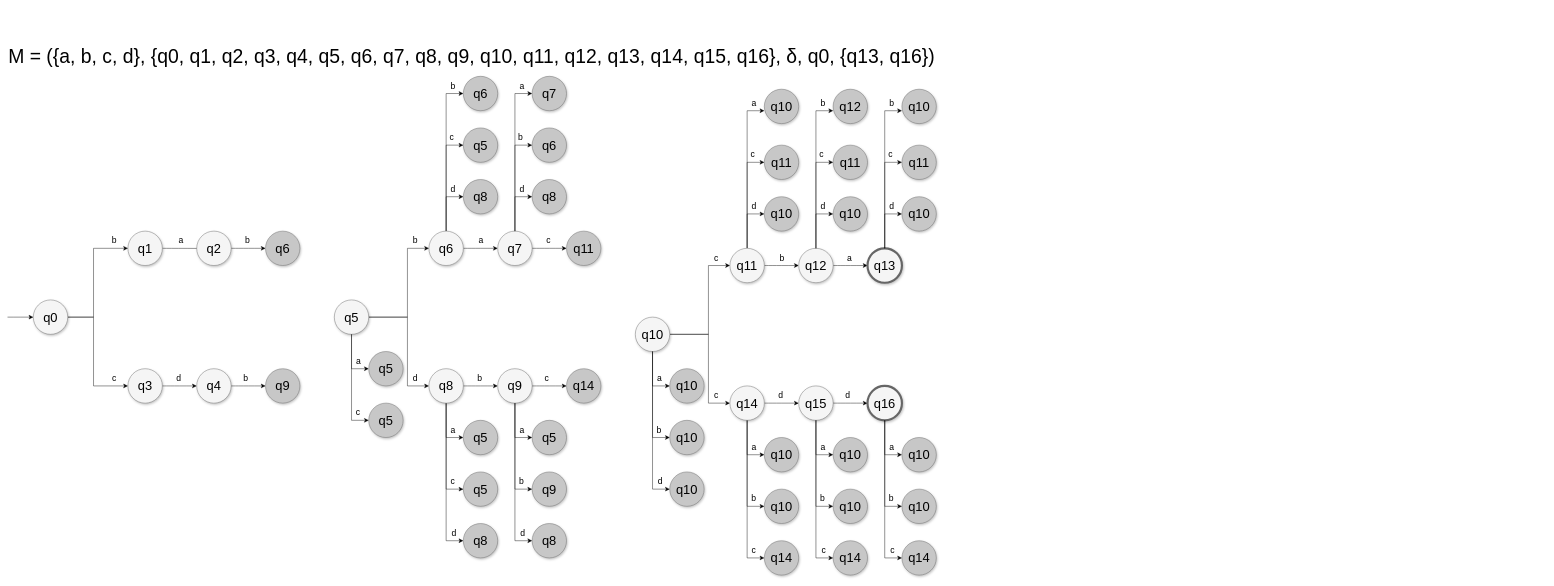
The draw.io diagram grafos.drawio in gabrielbentog/graphs, before the edit. Source tidied: cells renumbered, new cells numbered last; positions are measured from the earlier drawing's top-left corner, leaving out a move shared by most shapes. Both pictures are drawn from the tidied source at 43%, with x=0, y=0 at pixel (7, 42).
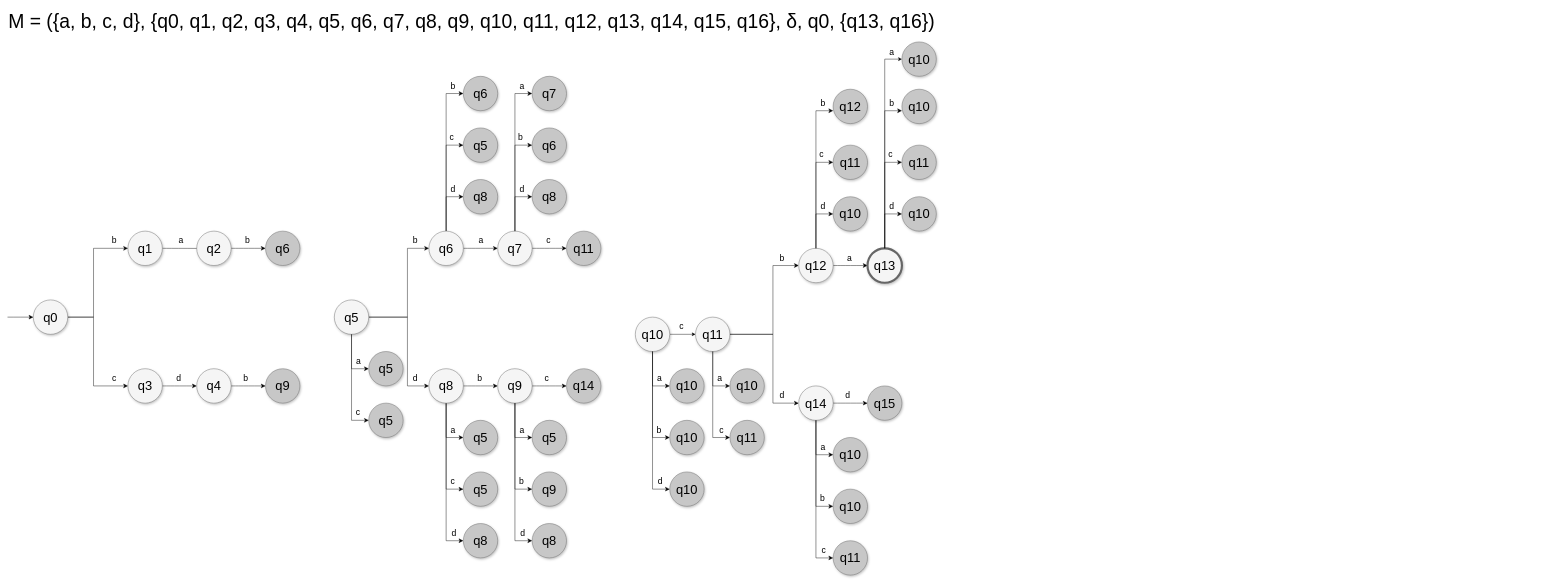
After the change.

Unchanged cells that the change refers to:
```xml
<mxCell id="93" value="q10" style="ellipse;whiteSpace=wrap;html=1;rounded=0;shadow=1;strokeColor=#666666;strokeWidth=1;fontSize=30;align=center;fillColor=#f5f5f5;" parent="1" vertex="1">
  <mxGeometry x="1460" y="640" width="80" height="80" as="geometry" />
</mxCell>
<mxCell id="103" value="q12" style="ellipse;whiteSpace=wrap;html=1;rounded=0;shadow=1;strokeColor=#666666;strokeWidth=1;fontSize=30;align=center;fillColor=#f5f5f5;" parent="1" vertex="1">
  <mxGeometry x="1840" y="480" width="80" height="80" as="geometry" />
</mxCell>
<mxCell id="104" value="q13" style="ellipse;whiteSpace=wrap;html=1;rounded=0;shadow=1;strokeColor=#666666;strokeWidth=5;fontSize=30;align=center;fillColor=#f5f5f5;" parent="1" vertex="1">
  <mxGeometry x="2000" y="480" width="80" height="80" as="geometry" />
</mxCell>
```

The edit, as a diff of the source:
```diff
@@
-    <mxCell id="77" value="q10" style="ellipse;whiteSpace=wrap;html=1;rounded=0;shadow=1;strokeColor=#666666;strokeWidth=1;fontSize=30;align=center;fillColor=#C7C7C7;" parent="1" vertex="1">
-      <mxGeometry x="1760" y="360" width="80" height="80" as="geometry" />
-    </mxCell>
-    <mxCell id="78" value="q11" style="ellipse;whiteSpace=wrap;html=1;rounded=0;shadow=1;strokeColor=#666666;strokeWidth=1;fontSize=30;align=center;fillColor=#C7C7C7;" parent="1" vertex="1">
-      <mxGeometry x="1760" y="240" width="80" height="80" as="geometry" />
-    </mxCell>
-    <mxCell id="79" value="q10" style="ellipse;whiteSpace=wrap;html=1;rounded=0;shadow=1;strokeColor=#666666;strokeWidth=1;fontSize=30;align=center;fillColor=#C7C7C7;" parent="1" vertex="1">
-      <mxGeometry x="1760" y="110" width="80" height="80" as="geometry" />
-    </mxCell>
-    <mxCell id="80" style="edgeStyle=none;curved=1;rounded=0;jettySize=auto;html=1;exitX=1;exitY=0.5;exitDx=0;exitDy=0;fontSize=12;startSize=8;endSize=8;entryX=0;entryY=0.5;entryDx=0;entryDy=0;" parent="1" edge="1" source="88" target="103">
-      <mxGeometry relative="1" as="geometry" />
-    </mxCell>
-    <mxCell id="81" value="&lt;font style=&quot;font-size: 20px;&quot;&gt;b&lt;/font&gt;" style="edgeLabel;html=1;align=center;verticalAlign=middle;fontSize=12;" parent="80" vertex="1">
-      <mxGeometry x="-0.48" y="3" relative="1" as="geometry">
-        <mxPoint x="19" y="-17" as="offset" />
-      </mxGeometry>
-    </mxCell>
-    <mxCell id="82" style="edgeStyle=none;curved=0;rounded=0;jettySize=auto;html=1;exitX=0.5;exitY=0;exitDx=0;exitDy=0;entryX=0;entryY=0.5;entryDx=0;entryDy=0;fontSize=12;startSize=8;endSize=8;" parent="1" edge="1" source="88">
-      <mxGeometry relative="1" as="geometry">
-        <mxPoint x="1760" y="160" as="targetPoint" />
-        <Array as="points">
-          <mxPoint x="1720" y="160" />
-        </Array>
-      </mxGeometry>
-    </mxCell>
-    <mxCell id="83" value="&lt;font style=&quot;font-size: 20px;&quot;&gt;a&lt;/font&gt;" style="edgeLabel;html=1;align=center;verticalAlign=middle;fontSize=12;" parent="82" vertex="1">
-      <mxGeometry x="0.86" relative="1" as="geometry">
-        <mxPoint y="-20" as="offset" />
-      </mxGeometry>
-    </mxCell>
-    <mxCell id="84" style="edgeStyle=none;curved=0;rounded=0;jettySize=auto;html=1;exitX=0.5;exitY=0;exitDx=0;exitDy=0;entryX=0;entryY=0.5;entryDx=0;entryDy=0;fontSize=12;startSize=8;endSize=8;" parent="1" edge="1" source="88" target="78">
-      <mxGeometry relative="1" as="geometry">
-        <Array as="points">
-          <mxPoint x="1720" y="280" />
-        </Array>
-      </mxGeometry>
-    </mxCell>
-    <mxCell id="85" value="&lt;span style=&quot;font-size: 20px;&quot;&gt;c&lt;/span&gt;" style="edgeLabel;html=1;align=center;verticalAlign=middle;fontSize=12;" parent="84" vertex="1">
-      <mxGeometry x="0.77" y="2" relative="1" as="geometry">
-        <mxPoint y="-18" as="offset" />
-      </mxGeometry>
-    </mxCell>
-    <mxCell id="86" style="edgeStyle=none;curved=0;rounded=0;jettySize=auto;html=1;exitX=0.5;exitY=0;exitDx=0;exitDy=0;entryX=0;entryY=0.5;entryDx=0;entryDy=0;fontSize=12;startSize=8;endSize=8;" parent="1" edge="1" source="88" target="77">
-      <mxGeometry relative="1" as="geometry">
-        <Array as="points">
-          <mxPoint x="1720" y="400" />
-        </Array>
-      </mxGeometry>
-    </mxCell>
-    <mxCell id="87" value="&lt;font style=&quot;font-size: 20px;&quot;&gt;d&lt;/font&gt;" style="edgeLabel;html=1;align=center;verticalAlign=middle;fontSize=12;" parent="86" vertex="1">
-      <mxGeometry x="0.58" y="1" relative="1" as="geometry">
-        <mxPoint y="-19" as="offset" />
-      </mxGeometry>
-    </mxCell>
     <mxCell id="88" value="q11" style="ellipse;whiteSpace=wrap;html=1;rounded=0;shadow=1;strokeColor=#666666;strokeWidth=1;fontSize=30;align=center;fillColor=#f5f5f5;" parent="1" vertex="1">
-      <mxGeometry x="1680" y="480" width="80" height="80" as="geometry" />
+      <mxGeometry x="1600" y="640" width="80" height="80" as="geometry" />
     </mxCell>
-    <mxCell id="89" style="edgeStyle=none;curved=0;rounded=0;jettySize=auto;html=1;entryX=0;entryY=0.5;entryDx=0;entryDy=0;fontSize=12;startSize=8;endSize=8;" parent="1" edge="1" source="93" target="88">
+    <mxCell id="89" style="edgeStyle=none;curved=0;rounded=0;jettySize=auto;html=1;entryX=0;entryY=0.5;entryDx=0;entryDy=0;fontSize=12;startSize=8;endSize=8;" parent="1" edge="1" target="103">
       <mxGeometry relative="1" as="geometry">
+        <mxPoint x="1680" y="680" as="sourcePoint" />
         <Array as="points">
-          <mxPoint x="1630" y="680" />
-          <mxPoint x="1630" y="520" />
+          <mxPoint x="1780" y="680" />
+          <mxPoint x="1780" y="520" />
         </Array>
       </mxGeometry>
     </mxCell>
-    <mxCell id="90" value="&lt;font style=&quot;font-size: 20px;&quot;&gt;c&lt;/font&gt;" style="edgeLabel;html=1;align=center;verticalAlign=middle;fontSize=12;" parent="89" vertex="1">
+    <mxCell id="90" value="&lt;font style=&quot;font-size: 20px;&quot;&gt;b&lt;/font&gt;" style="edgeLabel;html=1;align=center;verticalAlign=middle;fontSize=12;" parent="89" vertex="1">
       <mxGeometry x="0.78" y="2" relative="1" as="geometry">
-        <mxPoint y="-18" as="offset" />
+        <mxPoint x="-5" y="-18" as="offset" />
       </mxGeometry>
     </mxCell>
-    <mxCell id="91" style="edgeStyle=none;curved=0;rounded=0;jettySize=auto;html=1;exitX=1;exitY=0.5;exitDx=0;exitDy=0;entryX=0;entryY=0.5;entryDx=0;entryDy=0;fontSize=12;startSize=8;endSize=8;" parent="1" edge="1" source="93" target="100">
+    <mxCell id="91" style="edgeStyle=none;curved=0;rounded=0;jettySize=auto;html=1;exitX=1;exitY=0.5;exitDx=0;exitDy=0;entryX=0;entryY=0.5;entryDx=0;entryDy=0;fontSize=12;startSize=8;endSize=8;" parent="1" edge="1" target="107">
       <mxGeometry relative="1" as="geometry">
+        <mxPoint x="1680" y="680" as="sourcePoint" />
         <Array as="points">
-          <mxPoint x="1630" y="680" />
-          <mxPoint x="1630" y="840" />
+          <mxPoint x="1780" y="680" />
+          <mxPoint x="1780" y="840" />
         </Array>
       </mxGeometry>
     </mxCell>
-    <mxCell id="92" value="&lt;span style=&quot;font-size: 20px;&quot;&gt;c&lt;/span&gt;" style="edgeLabel;html=1;align=center;verticalAlign=middle;fontSize=12;" parent="91" vertex="1">
+    <mxCell id="92" value="&lt;span style=&quot;font-size: 20px;&quot;&gt;d&lt;/span&gt;" style="edgeLabel;html=1;align=center;verticalAlign=middle;fontSize=12;" parent="91" vertex="1">
       <mxGeometry x="0.78" relative="1" as="geometry">
-        <mxPoint y="-20" as="offset" />
+        <mxPoint x="-5" y="-20" as="offset" />
       </mxGeometry>
     </mxCell>
+    <mxCell id="166" style="edgeStyle=orthogonalEdgeStyle;rounded=0;jettySize=auto;html=1;" parent="1" edge="1" source="93" target="88">
+      <mxGeometry relative="1" as="geometry" />
+    </mxCell>
@@
-    <mxCell id="94" style="edgeStyle=none;curved=1;rounded=0;jettySize=auto;html=1;fontSize=12;startSize=8;endSize=8;" parent="1" edge="1" source="100" target="107">
-      <mxGeometry relative="1" as="geometry" />
-    </mxCell>
-    <mxCell id="95" value="&lt;font style=&quot;font-size: 20px;&quot;&gt;d&lt;/font&gt;" style="edgeLabel;html=1;align=center;verticalAlign=middle;fontSize=12;" parent="94" vertex="1">
-      <mxGeometry x="-0.08" y="2" relative="1" as="geometry">
-        <mxPoint y="-18" as="offset" />
-      </mxGeometry>
-    </mxCell>
-    <mxCell id="96" style="edgeStyle=none;curved=0;rounded=0;jettySize=auto;html=1;exitX=0.5;exitY=1;exitDx=0;exitDy=0;entryX=0;entryY=0.5;entryDx=0;entryDy=0;fontSize=12;startSize=8;endSize=8;" parent="1" edge="1" source="100" target="112">
-      <mxGeometry relative="1" as="geometry">
-        <Array as="points">
-          <mxPoint x="1720" y="1200" />
-        </Array>
-      </mxGeometry>
-    </mxCell>
-    <mxCell id="97" value="&lt;font style=&quot;font-size: 20px;&quot;&gt;c&amp;nbsp;&lt;/font&gt;" style="edgeLabel;html=1;align=center;verticalAlign=middle;fontSize=12;" parent="96" vertex="1">
-      <mxGeometry x="0.87" y="1" relative="1" as="geometry">
-        <mxPoint y="-19" as="offset" />
-      </mxGeometry>
-    </mxCell>
-    <mxCell id="98" style="edgeStyle=none;curved=0;rounded=0;jettySize=auto;html=1;exitX=0.5;exitY=1;exitDx=0;exitDy=0;entryX=0;entryY=0.5;entryDx=0;entryDy=0;fontSize=12;startSize=8;endSize=8;" parent="1" edge="1" source="100" target="114">
-      <mxGeometry relative="1" as="geometry">
-        <Array as="points">
-          <mxPoint x="1720" y="960" />
-        </Array>
-      </mxGeometry>
-    </mxCell>
-    <mxCell id="99" value="&lt;font style=&quot;font-size: 20px;&quot;&gt;a&lt;/font&gt;" style="edgeLabel;html=1;align=center;verticalAlign=middle;fontSize=12;" parent="98" vertex="1">
-      <mxGeometry x="0.59" y="4" relative="1" as="geometry">
-        <mxPoint y="-16" as="offset" />
-      </mxGeometry>
-    </mxCell>
-    <mxCell id="100" value="q14" style="ellipse;whiteSpace=wrap;html=1;rounded=0;shadow=1;strokeColor=#666666;strokeWidth=1;fontSize=30;align=center;fillColor=#f5f5f5;" parent="1" vertex="1">
-      <mxGeometry x="1680" y="800" width="80" height="80" as="geometry" />
-    </mxCell>
@@
+    <mxCell id="167" style="edgeStyle=orthogonalEdgeStyle;rounded=0;jettySize=auto;html=1;entryX=0;entryY=0.5;entryDx=0;entryDy=0;" parent="1" edge="1" source="104" target="174">
+      <mxGeometry relative="1" as="geometry" />
+    </mxCell>
@@
-    <mxCell id="107" value="q15" style="ellipse;whiteSpace=wrap;html=1;rounded=0;shadow=1;strokeColor=#666666;strokeWidth=1;fontSize=30;align=center;fillColor=#f5f5f5;" parent="1" vertex="1">
+    <mxCell id="107" value="q14" style="ellipse;whiteSpace=wrap;html=1;rounded=0;shadow=1;strokeColor=#666666;strokeWidth=1;fontSize=30;align=center;fillColor=#f5f5f5;" parent="1" vertex="1">
       <mxGeometry x="1840" y="800" width="80" height="80" as="geometry" />
     </mxCell>
-    <mxCell id="108" value="q16" style="ellipse;whiteSpace=wrap;html=1;rounded=0;shadow=1;strokeColor=#666666;strokeWidth=5;fontSize=30;align=center;fillColor=#f5f5f5;" parent="1" vertex="1">
+    <mxCell id="108" value="q15" style="ellipse;whiteSpace=wrap;html=1;rounded=0;shadow=1;strokeColor=#666666;strokeWidth=1;fontSize=30;align=center;fillColor=#C7C7C7;" parent="1" vertex="1">
       <mxGeometry x="2000" y="800" width="80" height="80" as="geometry" />
     </mxCell>
@@
-    <mxCell id="112" value="q14" style="ellipse;whiteSpace=wrap;html=1;rounded=0;shadow=1;strokeColor=#666666;strokeWidth=1;fontSize=30;align=center;fillColor=#C7C7C7;" parent="1" vertex="1">
-      <mxGeometry x="1760" y="1160" width="80" height="80" as="geometry" />
-    </mxCell>
-    <mxCell id="113" value="q10" style="ellipse;whiteSpace=wrap;html=1;rounded=0;shadow=1;strokeColor=#666666;strokeWidth=1;fontSize=30;align=center;fillColor=#C7C7C7;" parent="1" vertex="1">
-      <mxGeometry x="1760" y="1040" width="80" height="80" as="geometry" />
-    </mxCell>
-    <mxCell id="114" value="q10" style="ellipse;whiteSpace=wrap;html=1;rounded=0;shadow=1;strokeColor=#666666;strokeWidth=1;fontSize=30;align=center;fillColor=#C7C7C7;" parent="1" vertex="1">
-      <mxGeometry x="1760" y="920" width="80" height="80" as="geometry" />
-    </mxCell>
-    <mxCell id="115" value="q14" style="ellipse;whiteSpace=wrap;html=1;rounded=0;shadow=1;strokeColor=#666666;strokeWidth=1;fontSize=30;align=center;fillColor=#C7C7C7;" parent="1" vertex="1">
+    <mxCell id="115" value="q11" style="ellipse;whiteSpace=wrap;html=1;rounded=0;shadow=1;strokeColor=#666666;strokeWidth=1;fontSize=30;align=center;fillColor=#C7C7C7;" parent="1" vertex="1">
       <mxGeometry x="1920" y="1160" width="80" height="80" as="geometry" />
     </mxCell>
@@
-    <mxCell id="124" style="edgeStyle=none;curved=0;rounded=0;jettySize=auto;html=1;exitX=0.5;exitY=1;exitDx=0;exitDy=0;entryX=0;entryY=0.5;entryDx=0;entryDy=0;fontSize=12;startSize=8;endSize=8;" parent="1" edge="1" source="100" target="113">
-      <mxGeometry relative="1" as="geometry">
-        <Array as="points">
-          <mxPoint x="1720" y="1080" />
-        </Array>
-      </mxGeometry>
-    </mxCell>
-    <mxCell id="125" value="&lt;span style=&quot;font-size: 20px;&quot;&gt;b&lt;/span&gt;" style="edgeLabel;html=1;align=center;verticalAlign=middle;fontSize=12;" parent="124" vertex="1">
-      <mxGeometry x="0.78" y="1" relative="1" as="geometry">
-        <mxPoint y="-19" as="offset" />
-      </mxGeometry>
-    </mxCell>
@@
-    <mxCell id="141" value="q14" style="ellipse;whiteSpace=wrap;html=1;rounded=0;shadow=1;strokeColor=#666666;strokeWidth=1;fontSize=30;align=center;fillColor=#C7C7C7;" parent="1" vertex="1">
-      <mxGeometry x="2080" y="1160" width="80" height="80" as="geometry" />
-    </mxCell>
-    <mxCell id="142" value="q10" style="ellipse;whiteSpace=wrap;html=1;rounded=0;shadow=1;strokeColor=#666666;strokeWidth=1;fontSize=30;align=center;fillColor=#C7C7C7;" parent="1" vertex="1">
-      <mxGeometry x="2080" y="1040" width="80" height="80" as="geometry" />
-    </mxCell>
-    <mxCell id="143" value="q10" style="ellipse;whiteSpace=wrap;html=1;rounded=0;shadow=1;strokeColor=#666666;strokeWidth=1;fontSize=30;align=center;fillColor=#C7C7C7;" parent="1" vertex="1">
-      <mxGeometry x="2080" y="920" width="80" height="80" as="geometry" />
-    </mxCell>
-    <mxCell id="144" style="edgeStyle=none;curved=0;rounded=0;orthogonalLoop=1;jettySize=auto;html=1;exitX=0.5;exitY=1;exitDx=0;exitDy=0;entryX=0;entryY=0.5;entryDx=0;entryDy=0;fontSize=12;startSize=8;endSize=8;" parent="1" edge="1">
-      <mxGeometry relative="1" as="geometry">
-        <mxPoint x="2040" y="880" as="sourcePoint" />
-        <mxPoint x="2080" y="1200" as="targetPoint" />
-        <Array as="points">
-          <mxPoint x="2040" y="1200" />
-        </Array>
-      </mxGeometry>
-    </mxCell>
-    <mxCell id="145" value="&lt;font style=&quot;font-size: 20px;&quot;&gt;c&lt;/font&gt;" style="edgeLabel;html=1;align=center;verticalAlign=middle;fontSize=12;" parent="144" vertex="1">
-      <mxGeometry x="0.87" y="1" relative="1" as="geometry">
-        <mxPoint y="-19" as="offset" />
-      </mxGeometry>
-    </mxCell>
-    <mxCell id="146" style="edgeStyle=none;curved=0;rounded=0;orthogonalLoop=1;jettySize=auto;html=1;exitX=0.5;exitY=1;exitDx=0;exitDy=0;entryX=0;entryY=0.5;entryDx=0;entryDy=0;fontSize=12;startSize=8;endSize=8;" parent="1" edge="1">
-      <mxGeometry relative="1" as="geometry">
-        <mxPoint x="2040" y="880" as="sourcePoint" />
-        <mxPoint x="2080" y="960" as="targetPoint" />
-        <Array as="points">
-          <mxPoint x="2040" y="960" />
-        </Array>
-      </mxGeometry>
-    </mxCell>
-    <mxCell id="147" value="&lt;font style=&quot;font-size: 20px;&quot;&gt;a&lt;/font&gt;" style="edgeLabel;html=1;align=center;verticalAlign=middle;fontSize=12;" parent="146" vertex="1">
-      <mxGeometry x="0.59" y="4" relative="1" as="geometry">
-        <mxPoint y="-16" as="offset" />
-      </mxGeometry>
-    </mxCell>
-    <mxCell id="148" style="edgeStyle=none;curved=0;rounded=0;orthogonalLoop=1;jettySize=auto;html=1;exitX=0.5;exitY=1;exitDx=0;exitDy=0;entryX=0;entryY=0.5;entryDx=0;entryDy=0;fontSize=12;startSize=8;endSize=8;" parent="1" edge="1">
-      <mxGeometry relative="1" as="geometry">
-        <mxPoint x="2040" y="880" as="sourcePoint" />
-        <mxPoint x="2080" y="1080" as="targetPoint" />
-        <Array as="points">
-          <mxPoint x="2040" y="1080" />
-        </Array>
-      </mxGeometry>
-    </mxCell>
-    <mxCell id="149" value="&lt;font style=&quot;font-size: 20px;&quot;&gt;b&lt;/font&gt;" style="edgeLabel;html=1;align=center;verticalAlign=middle;fontSize=12;" parent="148" vertex="1">
-      <mxGeometry x="0.78" y="1" relative="1" as="geometry">
-        <mxPoint y="-19" as="offset" />
-      </mxGeometry>
-    </mxCell>
     <mxCell id="150" value="M = ({a, b, c, d}, {q0, q1, q2, q3, q4, q5, q6, q7, q8, q9, q10, q11, q12, q13, q14, q15, q16}, δ, q0, {q13, q16})" style="text;whiteSpace=wrap;fontSize=45;" parent="1" vertex="1">
-      <mxGeometry width="3580" height="30" as="geometry" />
+      <mxGeometry y="-80" width="3580" height="30" as="geometry" />
     </mxCell>
@@
+    <mxCell id="168" value="&lt;font style=&quot;font-size: 20px;&quot;&gt;c&lt;/font&gt;" style="edgeLabel;html=1;align=center;verticalAlign=middle;fontSize=12;" parent="1" vertex="1">
+      <mxGeometry x="1570" y="670" as="geometry">
+        <mxPoint x="-4" y="-10" as="offset" />
+      </mxGeometry>
+    </mxCell>
+    <mxCell id="78" value="q11" style="ellipse;whiteSpace=wrap;html=1;rounded=0;shadow=1;strokeColor=#666666;strokeWidth=1;fontSize=30;align=center;fillColor=#C7C7C7;" parent="1" vertex="1">
+      <mxGeometry x="1680" y="880" width="80" height="80" as="geometry" />
+    </mxCell>
+    <mxCell id="169" value="q10" style="ellipse;whiteSpace=wrap;html=1;rounded=0;shadow=1;strokeColor=#666666;strokeWidth=1;fontSize=30;align=center;fillColor=#C7C7C7;" parent="1" vertex="1">
+      <mxGeometry x="1680" y="760" width="80" height="80" as="geometry" />
+    </mxCell>
+    <mxCell id="170" style="edgeStyle=none;curved=0;rounded=0;orthogonalLoop=1;jettySize=auto;html=1;entryX=0;entryY=0.5;entryDx=0;entryDy=0;fontSize=12;startSize=8;endSize=8;" parent="1" edge="1">
+      <mxGeometry relative="1" as="geometry">
+        <mxPoint x="1640" y="720" as="sourcePoint" />
+        <mxPoint x="1680" y="920" as="targetPoint" />
+        <Array as="points">
+          <mxPoint x="1640" y="920" />
+        </Array>
+      </mxGeometry>
+    </mxCell>
+    <mxCell id="171" value="&lt;font style=&quot;font-size: 20px;&quot;&gt;c&lt;/font&gt;" style="edgeLabel;html=1;align=center;verticalAlign=middle;fontSize=12;" parent="170" vertex="1">
+      <mxGeometry x="0.87" y="1" relative="1" as="geometry">
+        <mxPoint x="-5" y="-19" as="offset" />
+      </mxGeometry>
+    </mxCell>
+    <mxCell id="172" style="edgeStyle=none;curved=0;rounded=0;orthogonalLoop=1;jettySize=auto;html=1;exitX=0.5;exitY=1;exitDx=0;exitDy=0;entryX=0;entryY=0.5;entryDx=0;entryDy=0;fontSize=12;startSize=8;endSize=8;" parent="1" edge="1">
+      <mxGeometry relative="1" as="geometry">
+        <mxPoint x="1640" y="720" as="sourcePoint" />
+        <mxPoint x="1680" y="800" as="targetPoint" />
+        <Array as="points">
+          <mxPoint x="1640" y="800" />
+        </Array>
+      </mxGeometry>
+    </mxCell>
+    <mxCell id="173" value="&lt;font style=&quot;font-size: 20px;&quot;&gt;a&lt;/font&gt;" style="edgeLabel;html=1;align=center;verticalAlign=middle;fontSize=12;" parent="172" vertex="1">
+      <mxGeometry x="0.59" y="4" relative="1" as="geometry">
+        <mxPoint y="-16" as="offset" />
+      </mxGeometry>
+    </mxCell>
+    <mxCell id="174" value="q10" style="ellipse;whiteSpace=wrap;html=1;rounded=0;shadow=1;strokeColor=#666666;strokeWidth=1;fontSize=30;align=center;fillColor=#C7C7C7;" parent="1" vertex="1">
+      <mxGeometry x="2080" width="80" height="80" as="geometry" />
+    </mxCell>
+    <mxCell id="175" value="&lt;font style=&quot;font-size: 20px;&quot;&gt;a&lt;/font&gt;" style="edgeLabel;html=1;align=center;verticalAlign=middle;fontSize=12;" parent="1" vertex="1">
+      <mxGeometry x="2055.4" y="20" as="geometry">
+        <mxPoint y="2" as="offset" />
+      </mxGeometry>
+    </mxCell>
```
